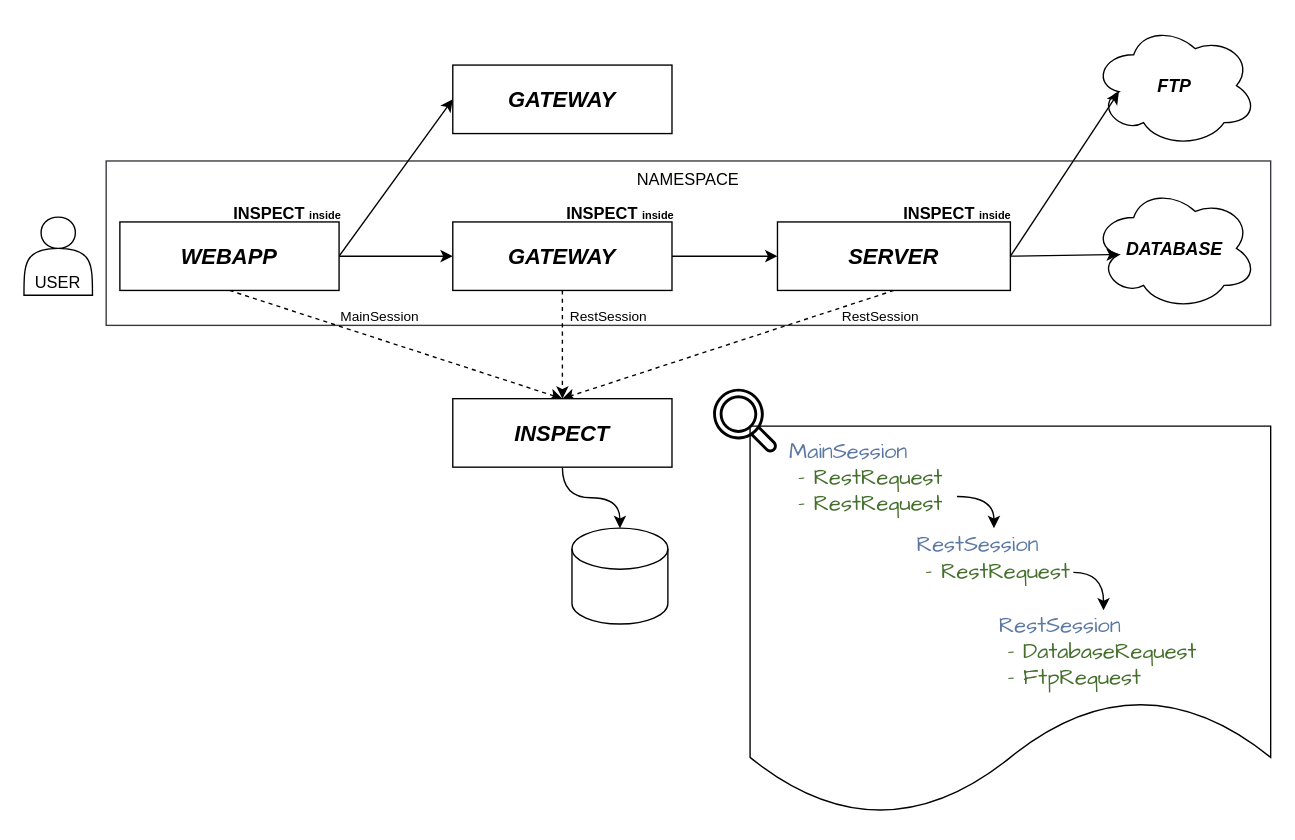
This is page "call_chain" (5 of 5) of doc/diagram/Diagramme sans nom.drawio from oneteme/inspect-core, a draw.io file, before an edit. Source tidied: cells renumbered, new cells numbered last; positions are measured from the earlier drawing's top-left corner, leaving out a move shared by most shapes. Both pictures are drawn from the tidied source at 137%, with x=0, y=0 at pixel (23, 23).
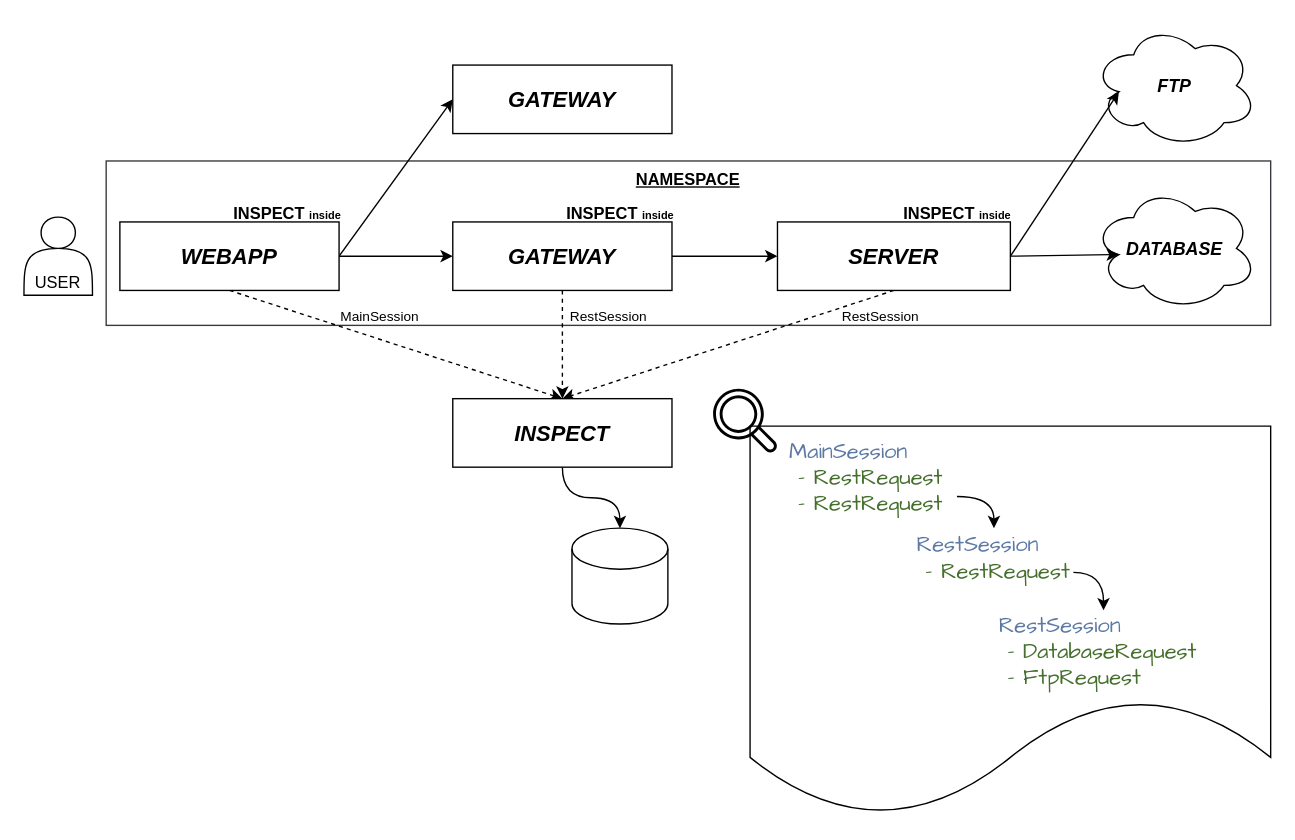
The same page after the edit.

The edit, as a diff of the source:
```diff
@@
-    <mxCell id="2" value="NAMESPACE" style="rounded=0;whiteSpace=wrap;html=1;fillColor=default;strokeColor=#36393d;verticalAlign=top;" parent="1" vertex="1">
+    <mxCell id="2" value="NAMESPACE" style="rounded=0;whiteSpace=wrap;html=1;fillColor=default;strokeColor=#36393d;verticalAlign=top;fontStyle=5;" parent="1" vertex="1">
       <mxGeometry x="60" y="100" width="850" height="120" as="geometry" />
     </mxCell>
```
